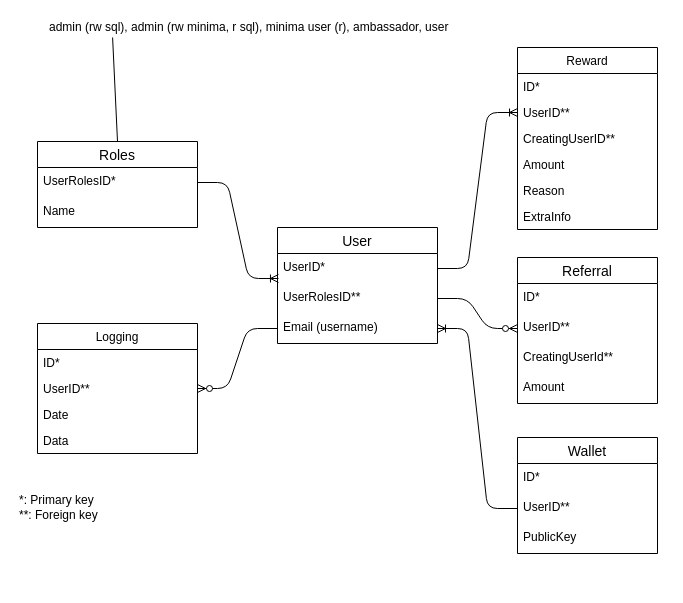
Earlier version of the draw.io diagram docs/images/dbase.drawio (minima-global/incentivecash). Source tidied: cells renumbered, new cells numbered last; positions are measured from the earlier drawing's top-left corner, leaving out a move shared by most shapes. Both pictures are drawn from the tidied source at 100%, with x=0, y=0 at pixel (17, 17).
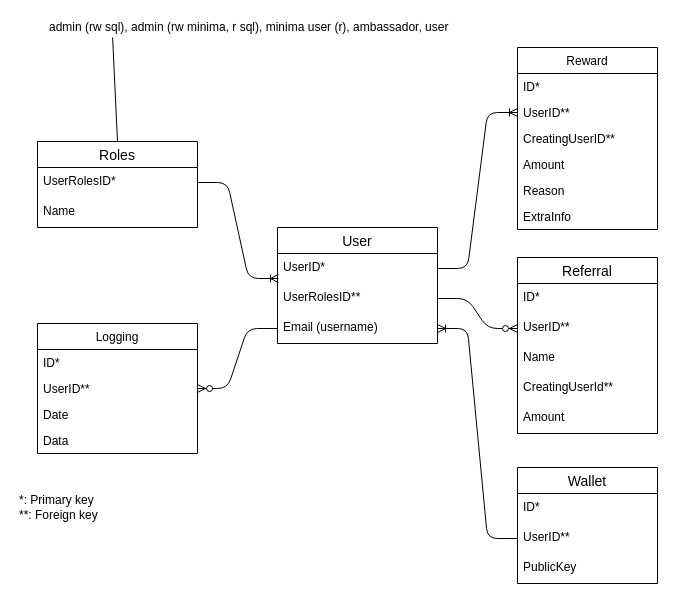
Above is the later version.

Diff of the diagram source:
```diff
@@
     <mxCell id="23" value="Referral" style="swimlane;fontStyle=0;horizontal=1;startSize=26;align=center;fontSize=14;" parent="1" vertex="1">
-      <mxGeometry x="500" y="240" width="140" height="146" as="geometry" />
+      <mxGeometry x="500" y="240" width="140" height="176" as="geometry" />
     </mxCell>
@@
+    <mxCell id="39" value="Name" style="text;strokeColor=none;fillColor=none;spacingLeft=4;spacingRight=4;overflow=hidden;fontSize=12;" parent="23" vertex="1">
+      <mxGeometry y="86" width="140" height="30" as="geometry" />
+    </mxCell>
     <mxCell id="26" value="CreatingUserId**" style="text;strokeColor=none;fillColor=none;spacingLeft=4;spacingRight=4;overflow=hidden;fontSize=12;" parent="23" vertex="1">
-      <mxGeometry y="86" width="140" height="30" as="geometry" />
+      <mxGeometry y="116" width="140" height="30" as="geometry" />
     </mxCell>
     <mxCell id="27" value="Amount" style="text;strokeColor=none;fillColor=none;spacingLeft=4;spacingRight=4;overflow=hidden;fontSize=12;" parent="23" vertex="1">
-      <mxGeometry y="116" width="140" height="30" as="geometry" />
+      <mxGeometry y="146" width="140" height="30" as="geometry" />
     </mxCell>
@@
     <mxCell id="33" value="Wallet" style="swimlane;fontStyle=0;horizontal=1;startSize=26;align=center;fontSize=14;" parent="1" vertex="1">
-      <mxGeometry x="500" y="420" width="140" height="116" as="geometry" />
+      <mxGeometry x="500" y="450" width="140" height="116" as="geometry" />
     </mxCell>
```
